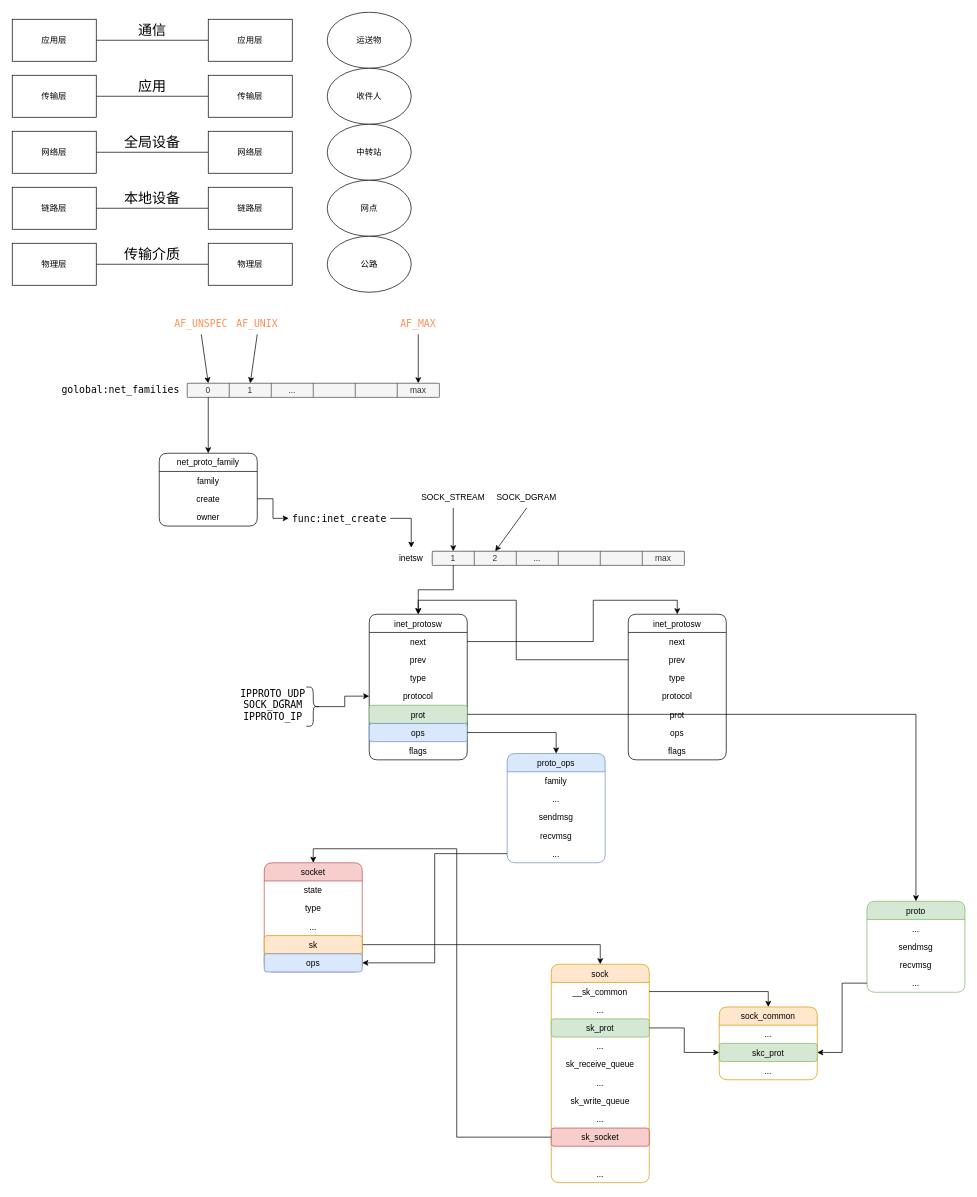
adinxu/draw.io keeps this draw.io diagram as page "第 9 页" (9 of 9) of base.drawio. Above is the earlier version. Source tidied: cells renumbered, new cells numbered last; positions are measured from the earlier drawing's top-left corner, leaving out a move shared by most shapes. Both pictures are drawn from the tidied source at 70%, with x=0, y=0 at pixel (12, 12).
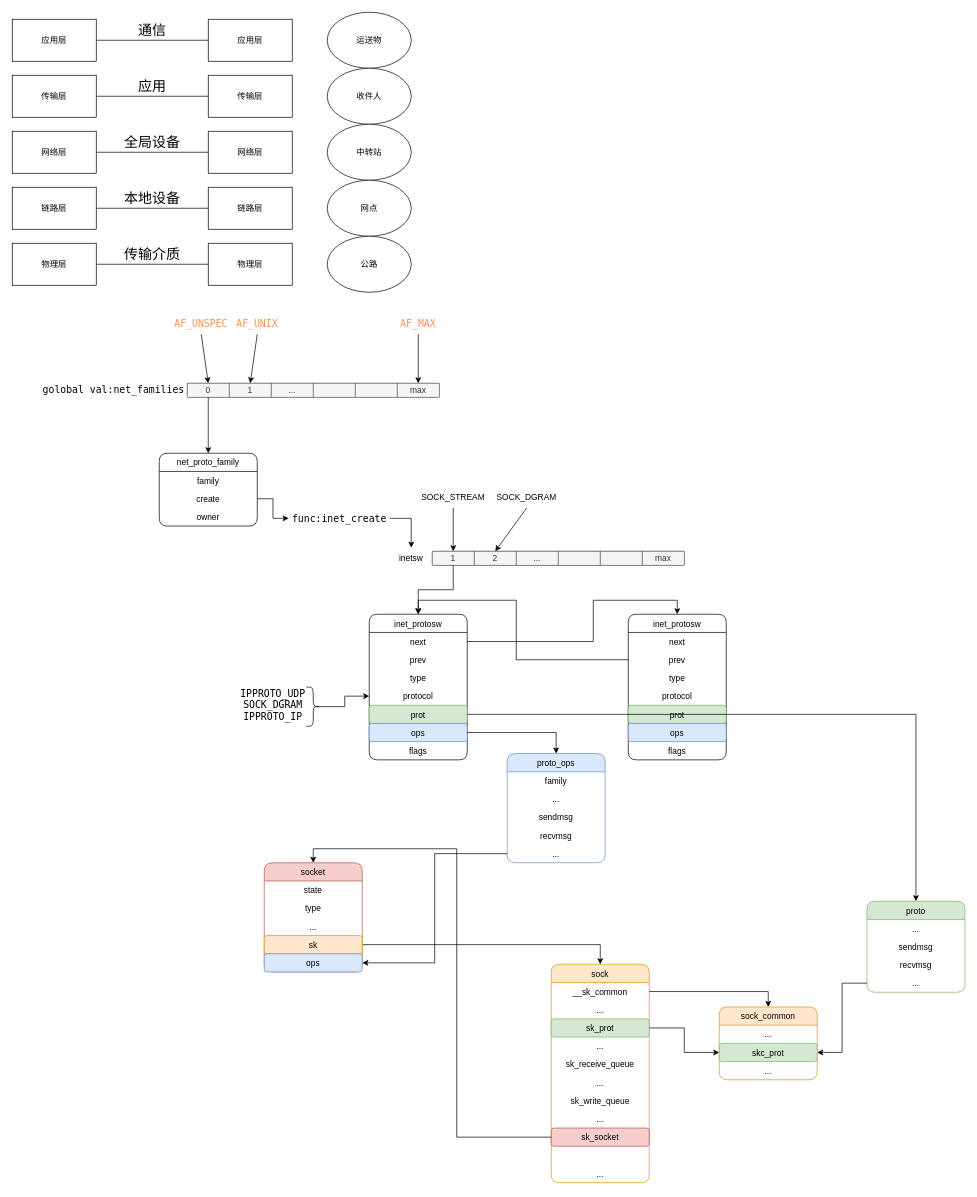
Above is the later version.

The change refers to these unchanged cells:
```xml
<mxCell id="63" value="prot" style="text;strokeColor=#82b366;fillColor=#d5e8d4;align=center;verticalAlign=top;spacingLeft=4;spacingRight=4;overflow=hidden;points=[[0,0.5],[1,0.5]];portConstraint=eastwest;rounded=1;shadow=0;glass=0;labelBackgroundColor=none;sketch=0;fontFamily=Helvetica;fontSize=12;" parent="58" vertex="1">
  <mxGeometry y="130" width="140" height="26" as="geometry" />
</mxCell>
<mxCell id="84" value="inet_protosw" style="swimlane;fontStyle=0;horizontal=1;startSize=26;fillColor=none;rounded=1;shadow=0;glass=0;labelBackgroundColor=none;sketch=0;fontFamily=Helvetica;fontSize=12;fontColor=default;strokeColor=default;" parent="1" vertex="1">
  <mxGeometry x="880" y="860" width="140" height="208" as="geometry" />
</mxCell>
<mxCell id="115" value="proto" style="swimlane;fontStyle=0;horizontal=1;startSize=26;fillColor=#d5e8d4;rounded=1;shadow=0;glass=0;labelBackgroundColor=none;sketch=0;fontFamily=Helvetica;fontSize=12;strokeColor=#82b366;" parent="1" vertex="1">
  <mxGeometry x="1221" y="1270" width="140" height="130" as="geometry" />
</mxCell>
```

What changed in the source:
```diff
@@
-    <mxCell id="66" value="&lt;span style=&quot;font-style: normal; font-variant-caps: normal; font-weight: 400; letter-spacing: normal; text-align: start; text-indent: 0px; text-transform: none; word-spacing: 0px; -webkit-text-stroke-width: 0px; text-decoration: none; caret-color: rgb(204, 204, 204); font-family: &amp;quot;Source Code Pro&amp;quot;, &amp;quot;DejaVu Sans Mono&amp;quot;, &amp;quot;Ubuntu Mono&amp;quot;, &amp;quot;Anonymous Pro&amp;quot;, &amp;quot;Droid Sans Mono&amp;quot;, Menlo, Monaco, Consolas, Inconsolata, Courier, monospace, &amp;quot;PingFang SC&amp;quot;, &amp;quot;Microsoft YaHei&amp;quot;, sans-serif; font-size: 14px; float: none; display: inline !important;&quot;&gt;golobal:net_families&lt;/span&gt;" style="text;html=1;strokeColor=none;fillColor=none;align=center;verticalAlign=middle;whiteSpace=wrap;rounded=0;labelBackgroundColor=none;fontColor=default;" parent="1" vertex="1">
-      <mxGeometry x="60" y="525" width="190" height="30" as="geometry" />
+    <mxCell id="66" value="&lt;span style=&quot;font-style: normal; font-variant-caps: normal; font-weight: 400; letter-spacing: normal; text-align: start; text-indent: 0px; text-transform: none; word-spacing: 0px; -webkit-text-stroke-width: 0px; text-decoration: none; caret-color: rgb(204, 204, 204); font-family: &amp;quot;Source Code Pro&amp;quot;, &amp;quot;DejaVu Sans Mono&amp;quot;, &amp;quot;Ubuntu Mono&amp;quot;, &amp;quot;Anonymous Pro&amp;quot;, &amp;quot;Droid Sans Mono&amp;quot;, Menlo, Monaco, Consolas, Inconsolata, Courier, monospace, &amp;quot;PingFang SC&amp;quot;, &amp;quot;Microsoft YaHei&amp;quot;, sans-serif; font-size: 14px; float: none; display: inline !important;&quot;&gt;golobal val:net_families&lt;/span&gt;" style="text;html=1;strokeColor=none;fillColor=none;align=center;verticalAlign=middle;whiteSpace=wrap;rounded=0;labelBackgroundColor=none;fontColor=default;" parent="1" vertex="1">
+      <mxGeometry x="40" y="525" width="210" height="30" as="geometry" />
     </mxCell>
@@
-    <mxCell id="89" value="prot" style="text;strokeColor=none;fillColor=none;align=center;verticalAlign=top;spacingLeft=4;spacingRight=4;overflow=hidden;rounded=1;shadow=0;glass=0;labelBackgroundColor=none;sketch=0;fontFamily=Helvetica;fontSize=12;fontColor=default;" parent="84" vertex="1">
+    <mxCell id="89" value="prot" style="text;strokeColor=#82b366;fillColor=#d5e8d4;align=center;verticalAlign=top;spacingLeft=4;spacingRight=4;overflow=hidden;rounded=1;shadow=0;glass=0;labelBackgroundColor=none;sketch=0;fontFamily=Helvetica;fontSize=12;" parent="84" vertex="1">
       <mxGeometry y="130" width="140" height="26" as="geometry" />
     </mxCell>
-    <mxCell id="90" value="ops" style="text;strokeColor=none;fillColor=none;align=center;verticalAlign=top;spacingLeft=4;spacingRight=4;overflow=hidden;rounded=1;shadow=0;glass=0;labelBackgroundColor=none;sketch=0;fontFamily=Helvetica;fontSize=12;fontColor=default;" parent="84" vertex="1">
+    <mxCell id="90" value="ops" style="text;strokeColor=#6c8ebf;fillColor=#dae8fc;align=center;verticalAlign=top;spacingLeft=4;spacingRight=4;overflow=hidden;rounded=1;shadow=0;glass=0;labelBackgroundColor=none;sketch=0;fontFamily=Helvetica;fontSize=12;" parent="84" vertex="1">
       <mxGeometry y="156" width="140" height="26" as="geometry" />
     </mxCell>
@@
-    <mxCell id="120" style="edgeStyle=orthogonalEdgeStyle;rounded=0;jettySize=auto;html=1;exitX=1;exitY=0.5;exitDx=0;exitDy=0;entryX=0.5;entryY=0;entryDx=0;entryDy=0;" parent="1" edge="1" source="63" target="115">
+    <mxCell id="120" style="edgeStyle=orthogonalEdgeStyle;rounded=0;jettySize=auto;html=1;exitX=1;exitY=0.5;exitDx=0;exitDy=0;entryX=0.5;entryY=0;entryDx=0;entryDy=0;jumpStyle=none;" parent="1" edge="1" source="63" target="115">
       <mxGeometry relative="1" as="geometry">
         <Array as="points">
           <mxPoint x="1291" y="1003" />
         </Array>
       </mxGeometry>
     </mxCell>
```
